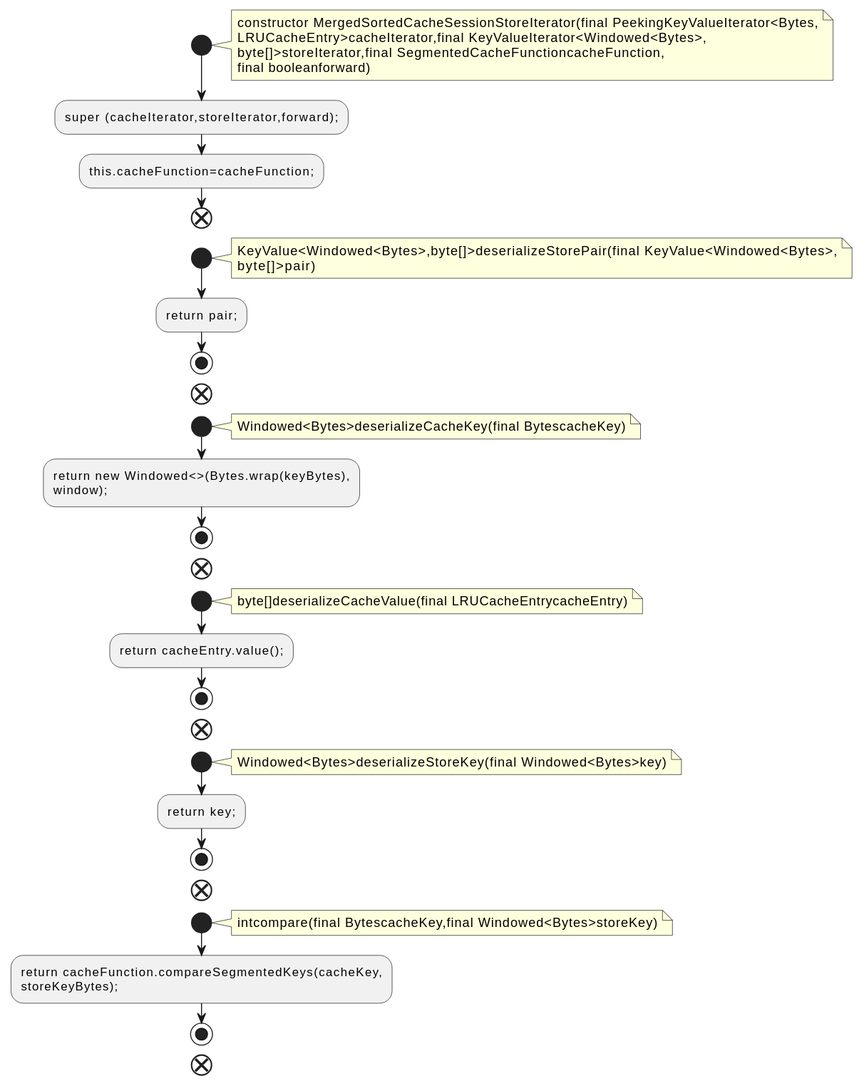
qualitesys/kafka keeps this PlantUML diagram as docs/qc/streams/src/main/java/org/apache/kafka/streams/state/internals/MergedSortedCacheSessionStoreIterator.java.fct.svg. Above is the earlier version.
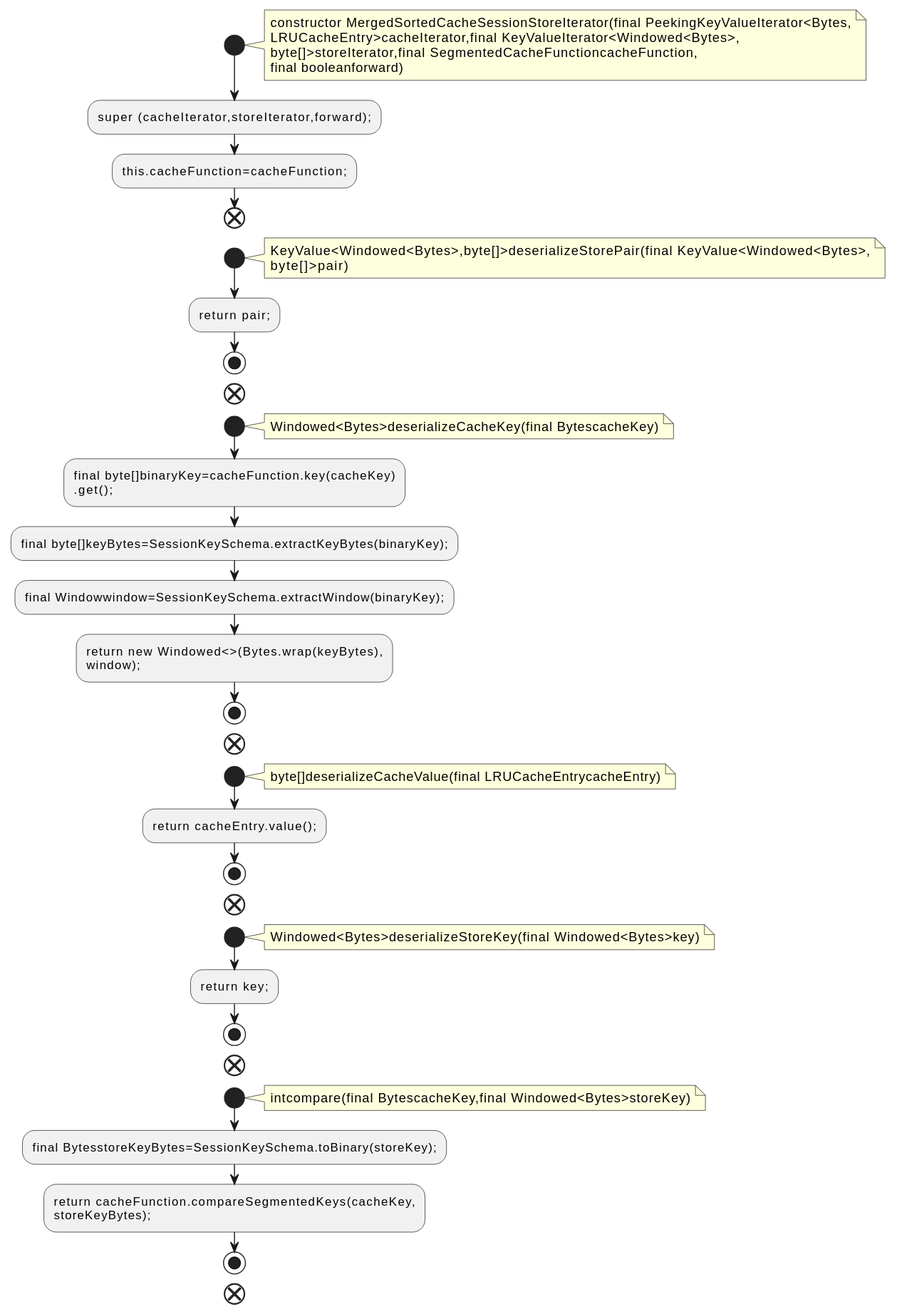
After the commit.

The edit, as a diff of the source:
```diff
@@ -22,6 +22,10 @@
 note right
 Windowed<Bytes>deserializeCacheKey(final BytescacheKey)
 end note
+:final byte[]binaryKey=cacheFunction.key(cacheKey)
+.get();;
+:final byte[]keyBytes=SessionKeySchema.extractKeyBytes(binaryKey);;
+:final Windowwindow=SessionKeySchema.extractWindow(binaryKey);;
 :return new Windowed<>(Bytes.wrap(keyBytes),
 window);;
 stop
@@ -44,6 +48,7 @@
 note right
 intcompare(final BytescacheKey,final Windowed<Bytes>storeKey)
 end note
+:final BytesstoreKeyBytes=SessionKeySchema.toBinary(storeKey);;
 :return cacheFunction.compareSegmentedKeys(cacheKey,
 storeKeyBytes);;
 stop
```
